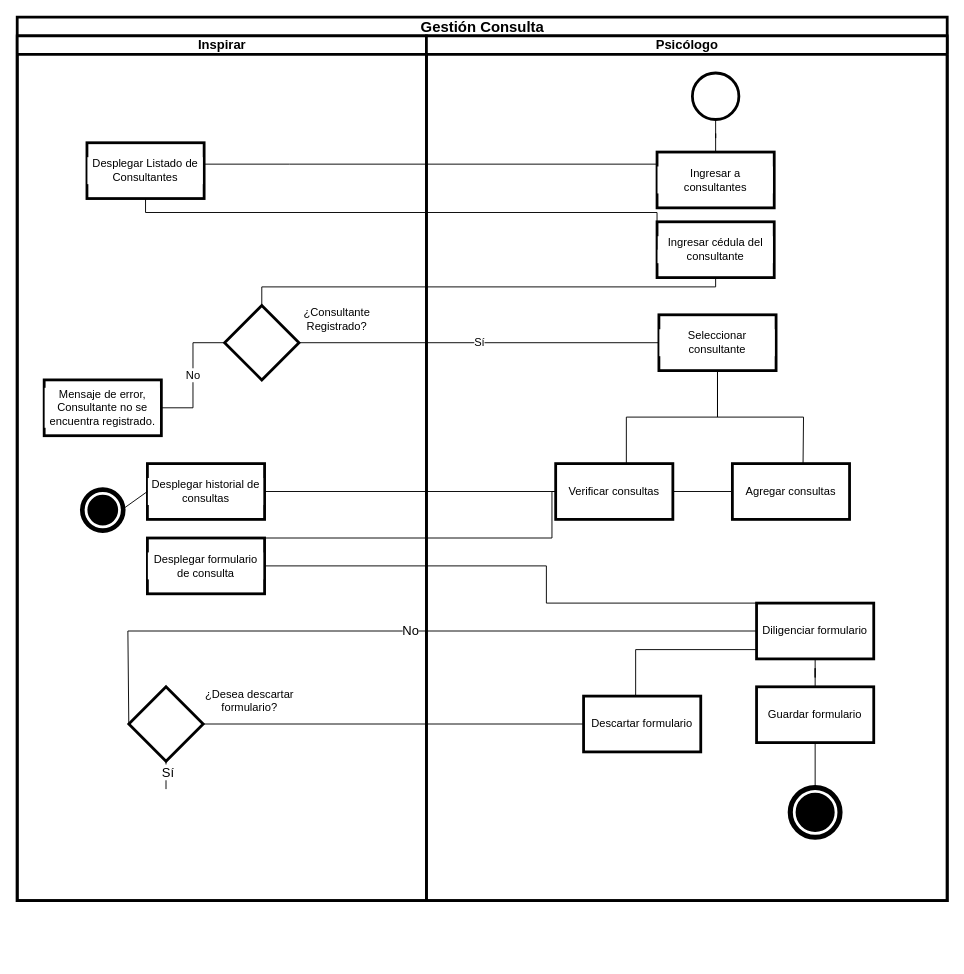
Above: page "D. Actividades" (8 of 12) of Diagramas/Untitled Diagram.drawio in barloff2/Diagramas (draw.io), before the change. Source tidied: cells renumbered, new cells numbered last; positions are measured from the earlier drawing's top-left corner, leaving out a move shared by most shapes. Both pictures are drawn from the tidied source at 93%, with x=0, y=0 at pixel (17, 17).
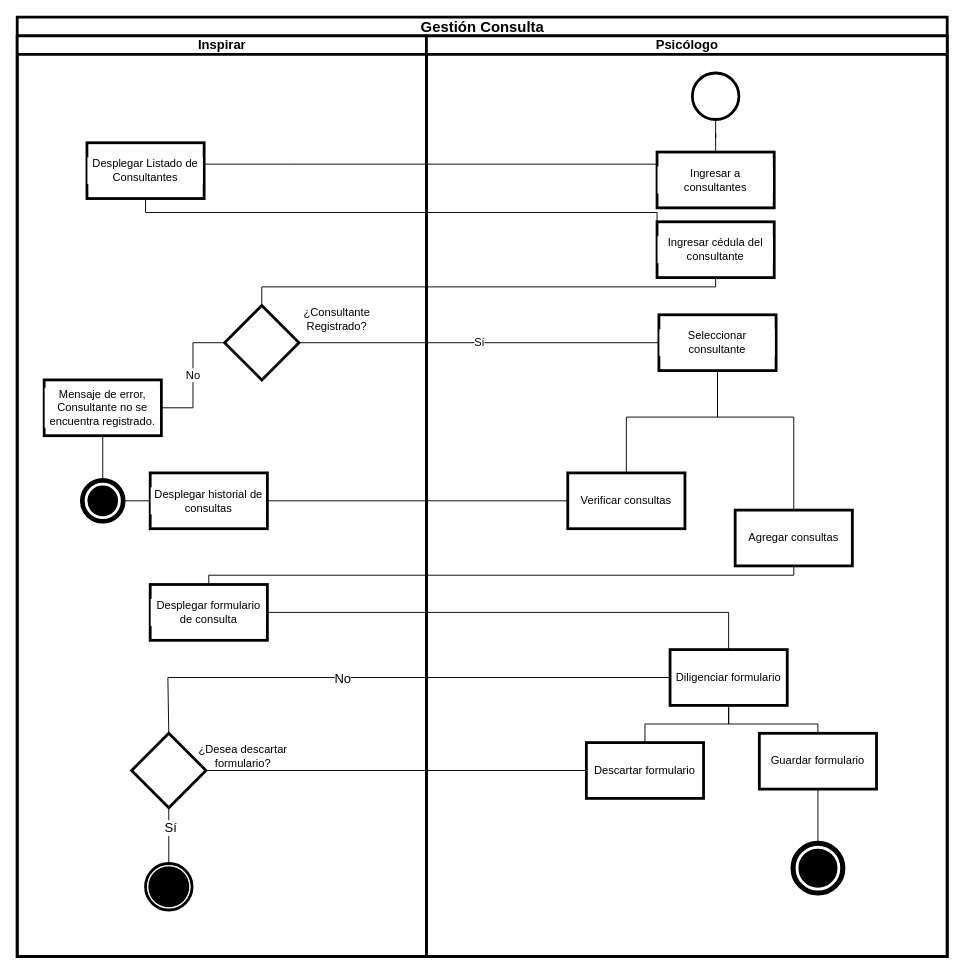
Above is the later version.

The change refers to these unchanged cells:
```xml
<mxCell id="9" value="Desplegar Listado de Consultantes" style="whiteSpace=wrap;html=1;fontSize=12;verticalAlign=middle;labelBackgroundColor=#ffffff;strokeWidth=3;align=center;" parent="8" vertex="1">
  <mxGeometry x="75" y="115" width="126" height="60" as="geometry" />
</mxCell>
<mxCell id="11" style="rhombus;whiteSpace=wrap;html=1;fontSize=12;verticalAlign=middle;labelBackgroundColor=#ffffff;strokeWidth=3;align=center;" parent="8" vertex="1">
  <mxGeometry x="223" y="290" width="80" height="80" as="geometry" />
</mxCell>
<mxCell id="12" value="Mensaje de error, Consultante no se encuentra registrado." style="whiteSpace=wrap;html=1;fontSize=12;verticalAlign=middle;labelBackgroundColor=#ffffff;strokeWidth=3;align=center;" parent="8" vertex="1">
  <mxGeometry x="29" y="370" width="126" height="60" as="geometry" />
</mxCell>
<mxCell id="26" value="Ingresar a consultantes" style="whiteSpace=wrap;html=1;fontSize=12;verticalAlign=middle;labelBackgroundColor=#ffffff;strokeWidth=3;align=center;" parent="23" vertex="1">
  <mxGeometry x="248" y="125" width="126" height="60" as="geometry" />
</mxCell>
<mxCell id="27" value="Ingresar cédula del consultante" style="whiteSpace=wrap;html=1;fontSize=12;verticalAlign=middle;labelBackgroundColor=#ffffff;strokeWidth=3;align=center;" parent="23" vertex="1">
  <mxGeometry x="248" y="200" width="126" height="60" as="geometry" />
</mxCell>
<mxCell id="29" value="Seleccionar consultante" style="whiteSpace=wrap;html=1;fontSize=12;verticalAlign=middle;labelBackgroundColor=#ffffff;strokeWidth=3;align=center;" parent="23" vertex="1">
  <mxGeometry x="250" y="300" width="126" height="60" as="geometry" />
</mxCell>
```

What changed in the source:
```diff
@@
     <mxCell id="2" value="Gestión Consulta" style="swimlane;html=1;startSize=20;fontSize=16;strokeWidth=3;" parent="1" vertex="1">
-      <mxGeometry width="1000" height="950" as="geometry" />
+      <mxGeometry width="1000" height="1010" as="geometry" />
     </mxCell>
-    <mxCell id="3" style="edgeStyle=orthogonalEdgeStyle;rounded=0;jettySize=auto;html=1;fontSize=14;endArrow=none;endFill=0;align=center;verticalAlign=middle;" parent="2" edge="1" source="31" target="15">
-      <mxGeometry relative="1" as="geometry" />
-    </mxCell>
-    <mxCell id="4" style="edgeStyle=orthogonalEdgeStyle;rounded=0;jettySize=auto;html=1;fontSize=14;endArrow=none;endFill=0;align=center;verticalAlign=middle;" parent="2" edge="1" source="32" target="18">
+    <mxCell id="4" style="edgeStyle=orthogonalEdgeStyle;rounded=0;jettySize=auto;html=1;fontSize=14;endArrow=none;endFill=0;align=center;verticalAlign=middle;entryX=0.5;entryY=0;entryDx=0;entryDy=0;" parent="2" edge="1" source="32" target="18">
       <mxGeometry relative="1" as="geometry">
         <Array as="points">
-          <mxPoint x="575" y="560" />
+          <mxPoint x="835" y="600" />
+          <mxPoint x="206" y="600" />
         </Array>
       </mxGeometry>
     </mxCell>
     <mxCell id="5" style="edgeStyle=orthogonalEdgeStyle;rounded=0;jettySize=auto;html=1;fontSize=14;endArrow=none;endFill=0;entryX=0.5;entryY=0;entryDx=0;entryDy=0;align=center;verticalAlign=middle;" parent="2" edge="1" source="18" target="35">
       <mxGeometry relative="1" as="geometry">
         <Array as="points">
-          <mxPoint x="200" y="590" />
-          <mxPoint x="569" y="590" />
-          <mxPoint x="569" y="620" />
+          <mxPoint x="765" y="640" />
         </Array>
       </mxGeometry>
     </mxCell>
-    <mxCell id="6" style="endArrow=none;html=1;rounded=0;fontSize=14;entryX=0;entryY=0.5;entryDx=0;entryDy=0;exitX=0;exitY=0.5;exitDx=0;exitDy=0;align=center;verticalAlign=middle;" parent="2" edge="1" source="19" target="35">
+    <mxCell id="6" style="endArrow=none;html=1;rounded=0;fontSize=14;entryX=0;entryY=0.5;entryDx=0;entryDy=0;exitX=0.5;exitY=0;exitDx=0;exitDy=0;align=center;verticalAlign=middle;" parent="2" edge="1" source="19" target="35">
       <mxGeometry relative="1" as="geometry">
         <Array as="points">
-          <mxPoint x="119" y="660" />
+          <mxPoint x="162" y="710" />
         </Array>
       </mxGeometry>
     </mxCell>
     <mxCell id="7" value="No" style="edgeLabel;html=1;align=center;verticalAlign=middle;fontSize=14;" parent="6" vertex="1">
-      <mxGeometry x="0.04" y="1" relative="1" as="geometry" />
+      <mxGeometry x="0.04" y="1" relative="1" as="geometry">
+        <mxPoint x="-64" y="1" as="offset" />
+      </mxGeometry>
     </mxCell>
+    <mxCell id="41" style="endArrow=none;html=1;rounded=0;fontSize=14;entryX=0;entryY=0.5;entryDx=0;entryDy=0;exitX=1;exitY=0.5;exitDx=0;exitDy=0;" parent="2" edge="1" source="19" target="36">
+      <mxGeometry relative="1" as="geometry" />
+    </mxCell>
+    <mxCell id="3" style="edgeStyle=orthogonalEdgeStyle;rounded=0;jettySize=auto;html=1;fontSize=14;endArrow=none;endFill=0;align=center;verticalAlign=middle;" parent="2" edge="1" source="31" target="15">
+      <mxGeometry relative="1" as="geometry" />
+    </mxCell>
     <mxCell id="8" value="Inspirar" style="swimlane;html=1;startSize=20;fontSize=14;strokeWidth=3;" parent="2" vertex="1">
-      <mxGeometry y="20" width="440" height="930" as="geometry" />
+      <mxGeometry y="20" width="440" height="990" as="geometry" />
     </mxCell>
@@
     <mxCell id="15" value="Desplegar historial de consultas" style="whiteSpace=wrap;html=1;verticalAlign=middle;labelBackgroundColor=#ffffff;strokeWidth=3;align=center;" parent="8" vertex="1">
-      <mxGeometry x="140" y="460" width="126" height="60" as="geometry" />
+      <mxGeometry x="143" y="470" width="126" height="60" as="geometry" />
     </mxCell>
     <mxCell id="16" style="points=[[0.145,0.145,0],[0.5,0,0],[0.855,0.145,0],[1,0.5,0],[0.855,0.855,0],[0.5,1,0],[0.145,0.855,0],[0,0.5,0]];shape=mxgraph.bpmn.event;html=1;verticalLabelPosition=bottom;labelBackgroundColor=#ffffff;verticalAlign=middle;align=center;perimeter=ellipsePerimeter;outlineConnect=0;outline=end;symbol=terminate;fontSize=14;strokeWidth=3;" parent="8" vertex="1">
-      <mxGeometry x="72" y="490" width="40" height="40" as="geometry" />
+      <mxGeometry x="72" y="480" width="40" height="40" as="geometry" />
     </mxCell>
@@
     <mxCell id="18" value="Desplegar formulario de consulta" style="whiteSpace=wrap;html=1;verticalAlign=middle;labelBackgroundColor=#ffffff;strokeWidth=3;align=center;" parent="8" vertex="1">
-      <mxGeometry x="140" y="540" width="126" height="60" as="geometry" />
+      <mxGeometry x="143" y="590" width="126" height="60" as="geometry" />
     </mxCell>
     <mxCell id="19" style="rhombus;whiteSpace=wrap;html=1;verticalAlign=middle;labelBackgroundColor=#ffffff;strokeWidth=3;align=center;" parent="8" vertex="1">
-      <mxGeometry x="120" y="700" width="80" height="80" as="geometry" />
+      <mxGeometry x="123" y="750" width="80" height="80" as="geometry" />
     </mxCell>
     <mxCell id="20" value="¿Desea descartar formulario?" style="text;html=1;strokeColor=none;fillColor=none;align=center;verticalAlign=middle;whiteSpace=wrap;rounded=0;labelBackgroundColor=none;fontSize=12;" parent="8" vertex="1">
-      <mxGeometry x="195" y="700" width="110" height="30" as="geometry" />
+      <mxGeometry x="188" y="760" width="110" height="30" as="geometry" />
     </mxCell>
-    <mxCell id="21" style="endArrow=none;html=1;rounded=0;fontSize=14;entryX=0.5;entryY=0;entryDx=0;entryDy=0;exitX=0.5;exitY=1;exitDx=0;exitDy=0;entryPerimeter=0;" parent="8" edge="1" source="19">
-      <mxGeometry relative="1" as="geometry">
-        <mxPoint x="160" y="810" as="targetPoint" />
-      </mxGeometry>
+    <mxCell id="21" style="endArrow=none;html=1;rounded=0;fontSize=14;entryX=0.5;entryY=0;entryDx=0;entryDy=0;exitX=0.5;exitY=1;exitDx=0;exitDy=0;entryPerimeter=0;" parent="8" edge="1" source="19" target="47">
+      <mxGeometry relative="1" as="geometry" />
     </mxCell>
@@
+    <mxCell id="46" style="endArrow=none;html=1;rounded=0;entryX=0.5;entryY=1;entryDx=0;entryDy=0;exitX=0.5;exitY=0;exitDx=0;exitDy=0;exitPerimeter=0;" parent="8" edge="1" source="16" target="12">
+      <mxGeometry relative="1" as="geometry" />
+    </mxCell>
+    <mxCell id="47" style="points=[[0.145,0.145,0],[0.5,0,0],[0.855,0.145,0],[1,0.5,0],[0.855,0.855,0],[0.5,1,0],[0.145,0.855,0],[0,0.5,0]];shape=mxgraph.bpmn.event;html=1;verticalLabelPosition=bottom;labelBackgroundColor=#ffffff;verticalAlign=top;align=center;perimeter=ellipsePerimeter;outlineConnect=0;outline=end;symbol=terminate;" parent="8" vertex="1">
+      <mxGeometry x="138" y="890" width="50" height="50" as="geometry" />
+    </mxCell>
+    <mxCell id="42" style="edgeStyle=orthogonalEdgeStyle;rounded=0;jettySize=auto;html=1;fontSize=12;endArrow=none;endFill=0;align=center;verticalAlign=middle;" parent="2" edge="1" source="26" target="9">
+      <mxGeometry relative="1" as="geometry">
+        <Array as="points">
+          <mxPoint x="293" y="158" />
+          <mxPoint x="293" y="158" />
+        </Array>
+      </mxGeometry>
+    </mxCell>
+    <mxCell id="43" style="edgeStyle=orthogonalEdgeStyle;rounded=0;jettySize=auto;html=1;fontSize=12;endArrow=none;endFill=0;exitX=0.5;exitY=1;exitDx=0;exitDy=0;entryX=0;entryY=0.5;entryDx=0;entryDy=0;align=center;verticalAlign=middle;" parent="2" edge="1" source="9" target="27">
+      <mxGeometry relative="1" as="geometry">
+        <Array as="points">
+          <mxPoint x="138" y="210" />
+        </Array>
+      </mxGeometry>
+    </mxCell>
+    <mxCell id="44" style="edgeStyle=orthogonalEdgeStyle;rounded=0;jettySize=auto;html=1;fontSize=12;endArrow=none;endFill=0;entryX=0.5;entryY=0;entryDx=0;entryDy=0;align=center;verticalAlign=middle;" parent="2" edge="1" source="27" target="11">
+      <mxGeometry relative="1" as="geometry">
+        <Array as="points">
+          <mxPoint x="751" y="290" />
+          <mxPoint x="263" y="290" />
+        </Array>
+      </mxGeometry>
+    </mxCell>
+    <mxCell id="45" value="Sí" style="edgeStyle=orthogonalEdgeStyle;rounded=0;jettySize=auto;html=1;fontSize=12;endArrow=none;endFill=0;align=center;verticalAlign=middle;" parent="2" edge="1" source="11" target="29">
+      <mxGeometry relative="1" as="geometry">
+        <Array as="points">
+          <mxPoint x="266" y="370" />
+          <mxPoint x="266" y="360" />
+        </Array>
+      </mxGeometry>
+    </mxCell>
     <mxCell id="23" value="Psicólogo" style="swimlane;html=1;startSize=20;fontSize=14;strokeWidth=3;" parent="2" vertex="1">
-      <mxGeometry x="440" y="20" width="560" height="930" as="geometry" />
+      <mxGeometry x="440" y="20" width="560" height="990" as="geometry" />
     </mxCell>
@@
-    <mxCell id="28" style="edgeStyle=orthogonalEdgeStyle;rounded=0;jettySize=auto;html=1;fontSize=14;endArrow=none;endFill=0;align=center;verticalAlign=middle;" parent="23" edge="1" source="29">
+    <mxCell id="28" style="edgeStyle=orthogonalEdgeStyle;rounded=0;jettySize=auto;html=1;fontSize=14;endArrow=none;endFill=0;align=center;verticalAlign=middle;entryX=0.5;entryY=0;entryDx=0;entryDy=0;" parent="23" edge="1" source="29" target="31">
       <mxGeometry relative="1" as="geometry">
-        <mxPoint x="215" y="460" as="targetPoint" />
         <Array as="points">
           <mxPoint x="313" y="410" />
           <mxPoint x="215" y="410" />
         </Array>
       </mxGeometry>
     </mxCell>
@@
     <mxCell id="31" value="Verificar consultas" style="whiteSpace=wrap;html=1;verticalAlign=middle;labelBackgroundColor=#ffffff;strokeWidth=3;align=center;" parent="23" vertex="1">
-      <mxGeometry x="139" y="460" width="126" height="60" as="geometry" />
+      <mxGeometry x="152" y="470" width="126" height="60" as="geometry" />
     </mxCell>
     <mxCell id="32" value="Agregar consultas" style="whiteSpace=wrap;html=1;verticalAlign=middle;labelBackgroundColor=#ffffff;strokeWidth=3;align=center;" parent="23" vertex="1">
-      <mxGeometry x="329" y="460" width="126" height="60" as="geometry" />
+      <mxGeometry x="332" y="510" width="126" height="60" as="geometry" />
     </mxCell>
-    <mxCell id="33" style="edgeStyle=orthogonalEdgeStyle;rounded=0;jettySize=auto;html=1;fontSize=14;endArrow=none;endFill=0;exitX=0.5;exitY=1;exitDx=0;exitDy=0;align=center;verticalAlign=middle;" parent="23" edge="1" source="29">
+    <mxCell id="33" style="edgeStyle=orthogonalEdgeStyle;rounded=0;jettySize=auto;html=1;fontSize=14;endArrow=none;endFill=0;exitX=0.5;exitY=1;exitDx=0;exitDy=0;align=center;verticalAlign=middle;entryX=0.5;entryY=0;entryDx=0;entryDy=0;" parent="23" edge="1" source="29" target="32">
       <mxGeometry relative="1" as="geometry">
-        <mxPoint x="405" y="460" as="targetPoint" />
+        <Array as="points">
+          <mxPoint x="313" y="410" />
+          <mxPoint x="395" y="410" />
+        </Array>
       </mxGeometry>
     </mxCell>
-    <mxCell id="34" style="edgeStyle=orthogonalEdgeStyle;rounded=0;jettySize=auto;html=1;fontSize=14;endArrow=none;endFill=0;align=center;verticalAlign=middle;" parent="23" edge="1" source="35" target="36">
+    <mxCell id="34" style="edgeStyle=orthogonalEdgeStyle;rounded=0;jettySize=auto;html=1;fontSize=14;endArrow=none;endFill=0;align=center;verticalAlign=middle;exitX=0.5;exitY=1;exitDx=0;exitDy=0;" parent="23" edge="1" source="35" target="36">
       <mxGeometry relative="1" as="geometry">
         <Array as="points">
-          <mxPoint x="415" y="660" />
-          <mxPoint x="225" y="660" />
+          <mxPoint x="325" y="740" />
+          <mxPoint x="235" y="740" />
         </Array>
       </mxGeometry>
     </mxCell>
     <mxCell id="35" value="Diligenciar formulario" style="whiteSpace=wrap;html=1;verticalAlign=middle;labelBackgroundColor=#ffffff;strokeWidth=3;align=center;" parent="23" vertex="1">
-      <mxGeometry x="355" y="610" width="126" height="60" as="geometry" />
+      <mxGeometry x="262" y="660" width="126" height="60" as="geometry" />
     </mxCell>
     <mxCell id="36" value="Descartar formulario" style="whiteSpace=wrap;html=1;verticalAlign=middle;labelBackgroundColor=#ffffff;strokeWidth=3;align=center;" parent="23" vertex="1">
-      <mxGeometry x="169" y="710" width="126" height="60" as="geometry" />
+      <mxGeometry x="172" y="760" width="126" height="60" as="geometry" />
     </mxCell>
     <mxCell id="37" value="Guardar formulario" style="whiteSpace=wrap;html=1;verticalAlign=middle;labelBackgroundColor=#ffffff;strokeWidth=3;align=center;" parent="23" vertex="1">
-      <mxGeometry x="355" y="700" width="126" height="60" as="geometry" />
+      <mxGeometry x="358" y="750" width="126" height="60" as="geometry" />
     </mxCell>
-    <mxCell id="38" style="edgeStyle=orthogonalEdgeStyle;rounded=0;jettySize=auto;html=1;fontSize=14;endArrow=none;endFill=0;align=center;verticalAlign=middle;" parent="23" edge="1" source="35" target="37">
-      <mxGeometry relative="1" as="geometry" />
+    <mxCell id="38" style="edgeStyle=orthogonalEdgeStyle;rounded=0;jettySize=auto;html=1;fontSize=14;endArrow=none;endFill=0;align=center;verticalAlign=middle;exitX=0.5;exitY=1;exitDx=0;exitDy=0;" parent="23" edge="1" source="35" target="37">
+      <mxGeometry relative="1" as="geometry">
+        <Array as="points">
+          <mxPoint x="325" y="740" />
+          <mxPoint x="421" y="740" />
+        </Array>
+      </mxGeometry>
     </mxCell>
     <mxCell id="39" style="points=[[0.145,0.145,0],[0.5,0,0],[0.855,0.145,0],[1,0.5,0],[0.855,0.855,0],[0.5,1,0],[0.145,0.855,0],[0,0.5,0]];shape=mxgraph.bpmn.event;html=1;verticalLabelPosition=bottom;labelBackgroundColor=#ffffff;verticalAlign=top;align=center;perimeter=ellipsePerimeter;outlineConnect=0;outline=end;symbol=terminate;fontSize=14;strokeWidth=3;" parent="23" vertex="1">
-      <mxGeometry x="393" y="810" width="50" height="50" as="geometry" />
+      <mxGeometry x="396" y="870" width="50" height="50" as="geometry" />
     </mxCell>
@@
-    <mxCell id="41" style="endArrow=none;html=1;rounded=0;fontSize=14;entryX=0;entryY=0.5;entryDx=0;entryDy=0;exitX=1;exitY=0.5;exitDx=0;exitDy=0;" parent="2" edge="1" source="19" target="36">
-      <mxGeometry relative="1" as="geometry" />
-    </mxCell>
-    <mxCell id="42" style="edgeStyle=orthogonalEdgeStyle;rounded=0;jettySize=auto;html=1;fontSize=12;endArrow=none;endFill=0;align=center;verticalAlign=middle;" parent="2" edge="1" source="26" target="9">
-      <mxGeometry relative="1" as="geometry">
-        <Array as="points">
-          <mxPoint x="293" y="158" />
-          <mxPoint x="293" y="158" />
-        </Array>
-      </mxGeometry>
-    </mxCell>
-    <mxCell id="43" style="edgeStyle=orthogonalEdgeStyle;rounded=0;jettySize=auto;html=1;fontSize=12;endArrow=none;endFill=0;exitX=0.5;exitY=1;exitDx=0;exitDy=0;entryX=0;entryY=0.5;entryDx=0;entryDy=0;align=center;verticalAlign=middle;" parent="2" edge="1" source="9" target="27">
-      <mxGeometry relative="1" as="geometry">
-        <Array as="points">
-          <mxPoint x="138" y="210" />
-        </Array>
-      </mxGeometry>
-    </mxCell>
-    <mxCell id="44" style="edgeStyle=orthogonalEdgeStyle;rounded=0;jettySize=auto;html=1;fontSize=12;endArrow=none;endFill=0;entryX=0.5;entryY=0;entryDx=0;entryDy=0;align=center;verticalAlign=middle;" parent="2" edge="1" source="27" target="11">
-      <mxGeometry relative="1" as="geometry">
-        <Array as="points">
-          <mxPoint x="751" y="290" />
-          <mxPoint x="263" y="290" />
-        </Array>
-      </mxGeometry>
-    </mxCell>
-    <mxCell id="45" value="Sí" style="edgeStyle=orthogonalEdgeStyle;rounded=0;jettySize=auto;html=1;fontSize=12;endArrow=none;endFill=0;align=center;verticalAlign=middle;" parent="2" edge="1" source="11" target="29">
-      <mxGeometry relative="1" as="geometry">
-        <Array as="points">
-          <mxPoint x="266" y="370" />
-          <mxPoint x="266" y="360" />
-        </Array>
-      </mxGeometry>
-    </mxCell>
```
